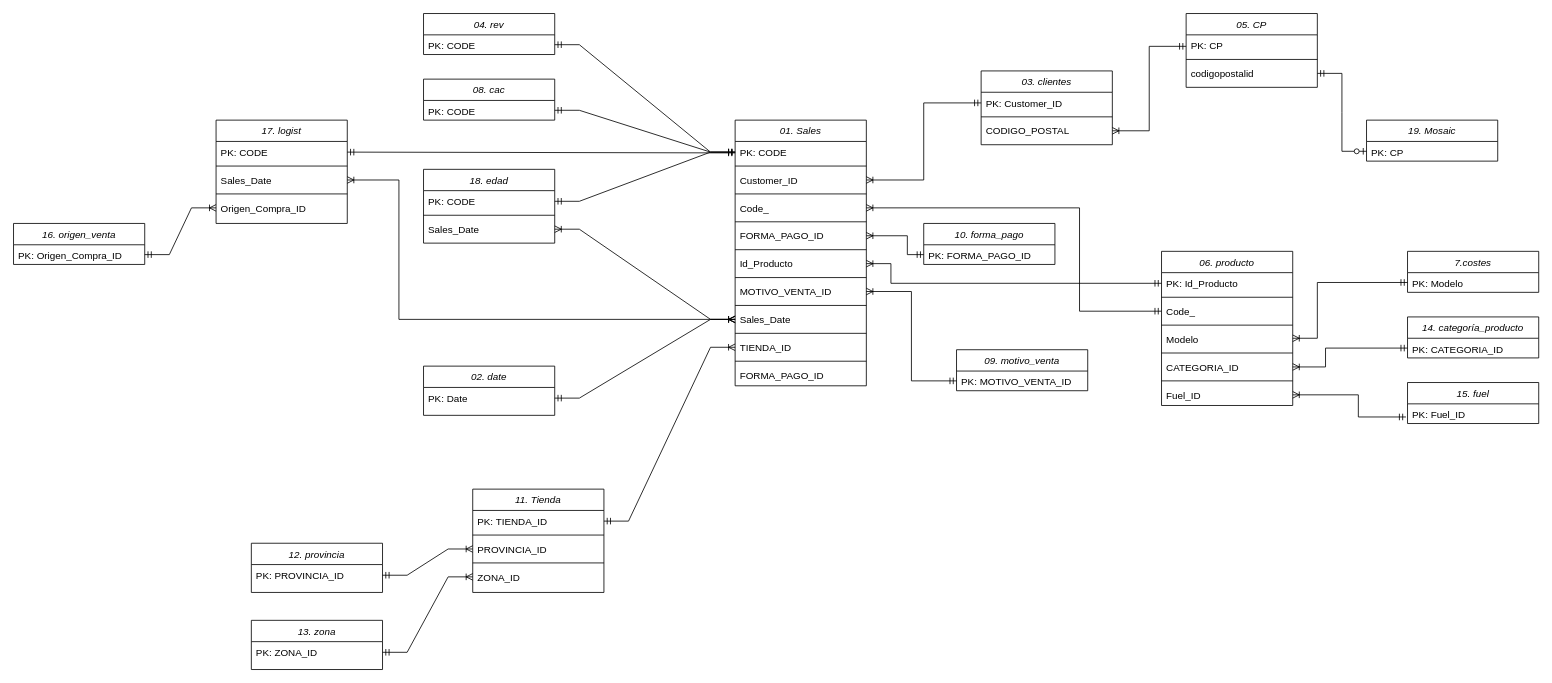
The draw.io diagram docs/ER.drawio in alejandromtnz/CLTV-Data-Integration, before the edit. Source tidied: cells renumbered, new cells numbered last; positions are measured from the earlier drawing's top-left corner, leaving out a move shared by most shapes. Both pictures are drawn from the tidied source at 82%, with x=0, y=0 at pixel (13, 13).
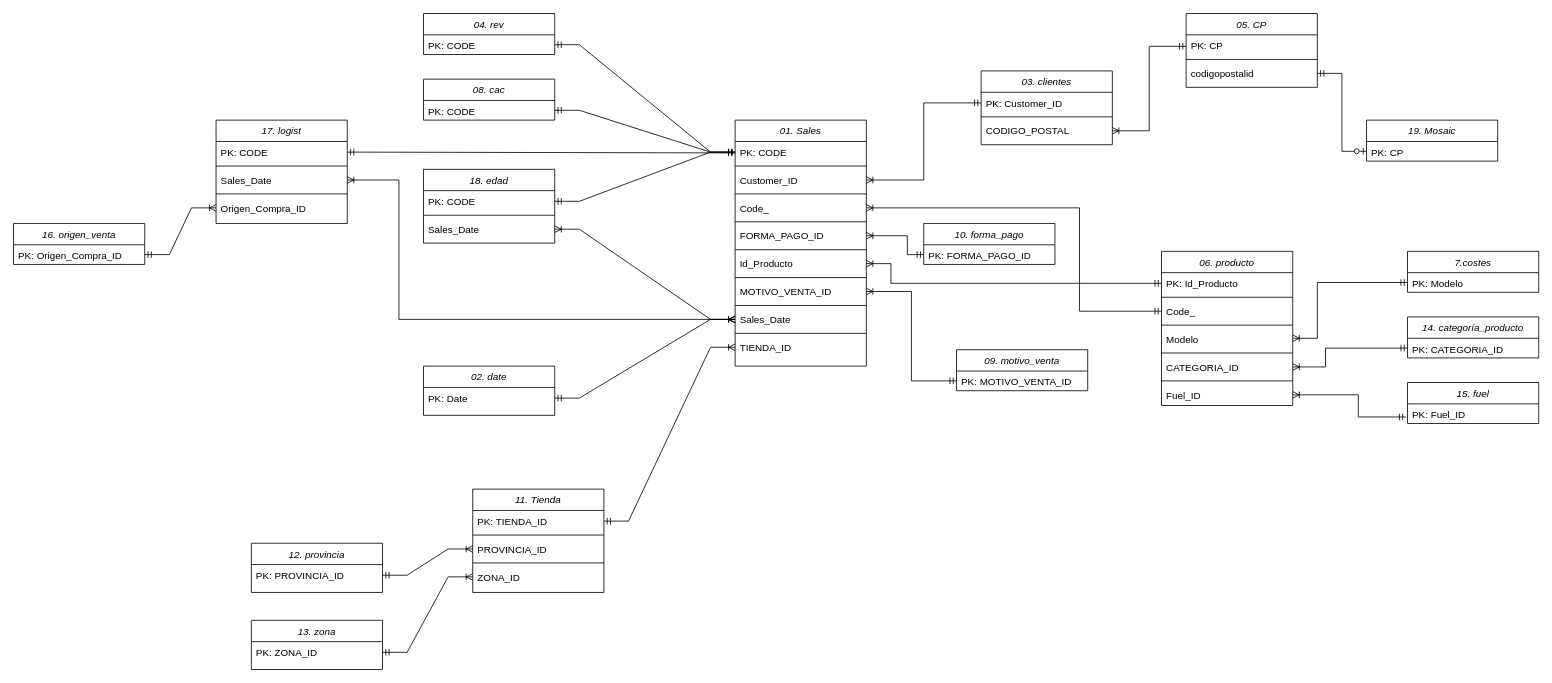
The same page after the edit.

Change to the diagram source:
```diff
@@
     <mxCell id="2" value="01. Sales" style="swimlane;fontStyle=2;align=center;verticalAlign=top;horizontal=1;startSize=26;rounded=0;shadow=0;strokeWidth=1;" parent="1" vertex="1">
-      <mxGeometry x="880" y="130" width="160" height="324" as="geometry" />
+      <mxGeometry x="880" y="130" width="160" height="300" as="geometry" />
     </mxCell>
@@
-    <mxCell id="18" style="line;html=1;strokeWidth=1;align=left;verticalAlign=middle;spacingTop=-1;spacingLeft=3;spacingRight=3;labelPosition=right;" parent="2" vertex="1">
-      <mxGeometry y="290" width="160" height="8" as="geometry" />
-    </mxCell>
-    <mxCell id="19" value="FORMA_PAGO_ID" style="text;align=left;verticalAlign=top;spacingLeft=4;spacingRight=4;overflow=hidden;" parent="2" vertex="1">
-      <mxGeometry y="298" width="160" height="26" as="geometry" />
-    </mxCell>
```
